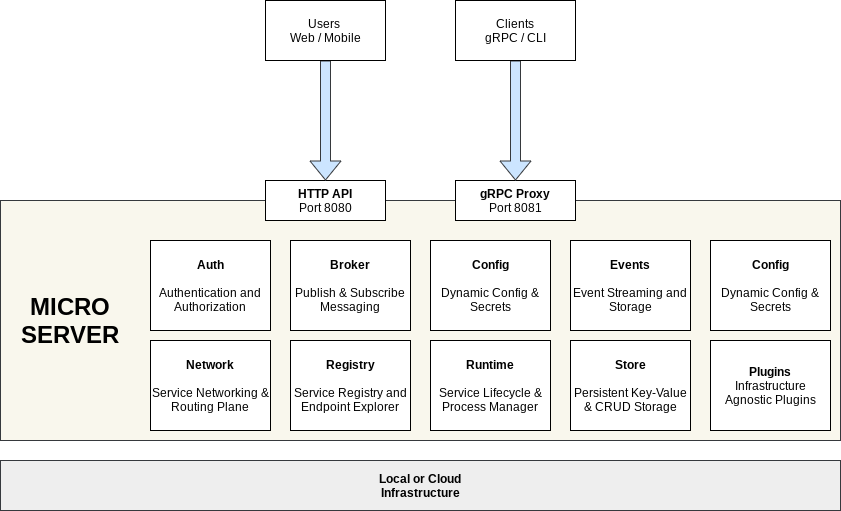
Before: docs/images/micro-3.0.png, a diagram exported from draw.io (micro/micro). Source tidied: cells renumbered, new cells last; positions are measured from the earlier drawing's top-left corner, leaving out a move shared by most shapes. The source it was exported from:
```xml
<mxGraphModel background="#ffffff">
  <root>
    <mxCell id="0" />
    <mxCell id="1" parent="0" />
    <mxCell id="2" style="rounded=0;whiteSpace=wrap;html=1;fillColor=#f9f7ed;strokeColor=#36393d;" parent="1" vertex="1">
      <mxGeometry y="200" width="840" height="240" as="geometry" />
    </mxCell>
    <mxCell id="3" value="&lt;b&gt;HTTP API&lt;/b&gt;&lt;br&gt;Port 8080" style="rounded=0;whiteSpace=wrap;html=1;" parent="1" vertex="1">
      <mxGeometry x="265" y="180" width="120" height="40" as="geometry" />
    </mxCell>
    <mxCell id="4" style="shape=flexArrow;endArrow=classic;html=1;entryX=0.5;entryY=0;entryDx=0;entryDy=0;exitX=0.5;exitY=1;exitDx=0;exitDy=0;fillColor=#cce5ff;strokeColor=#36393d;" parent="1" edge="1" source="8" target="3">
      <mxGeometry relative="1" as="geometry" />
    </mxCell>
    <mxCell id="5" value="&lt;b&gt;gRPC Proxy&lt;/b&gt;&lt;br&gt;Port 8081" style="rounded=0;whiteSpace=wrap;html=1;" parent="1" vertex="1">
      <mxGeometry x="455" y="180" width="120" height="40" as="geometry" />
    </mxCell>
    <mxCell id="6" style="shape=flexArrow;endArrow=classic;html=1;entryX=0.5;entryY=0;entryDx=0;entryDy=0;fillColor=#cce5ff;strokeColor=#36393d;" parent="1" edge="1" source="7" target="5">
      <mxGeometry relative="1" as="geometry" />
    </mxCell>
    <mxCell id="7" value="&lt;font style=&quot;font-size: 12px&quot;&gt;Clients&lt;br&gt;gRPC / CLI&lt;/font&gt;" style="rounded=0;whiteSpace=wrap;html=1;" parent="1" vertex="1">
      <mxGeometry x="455" width="120" height="60" as="geometry" />
    </mxCell>
    <mxCell id="8" value="Users&amp;nbsp;&lt;br&gt;Web / Mobile" style="rounded=0;whiteSpace=wrap;html=1;" parent="1" vertex="1">
      <mxGeometry x="265" width="120" height="60" as="geometry" />
    </mxCell>
    <mxCell id="9" value="&lt;b&gt;Auth&lt;/b&gt;&lt;br&gt;&lt;br&gt;Authentication and Authorization&lt;br&gt;" style="rounded=0;whiteSpace=wrap;html=1;" parent="1" vertex="1">
      <mxGeometry x="150" y="240" width="120" height="90" as="geometry" />
    </mxCell>
    <mxCell id="10" value="&lt;b&gt;Broker&lt;/b&gt;&lt;br&gt;&lt;br&gt;Publish &amp;amp; Subscribe Messaging" style="rounded=0;whiteSpace=wrap;html=1;" parent="1" vertex="1">
      <mxGeometry x="290" y="240" width="120" height="90" as="geometry" />
    </mxCell>
    <mxCell id="11" value="&lt;b&gt;Config&lt;/b&gt;&lt;br&gt;&lt;br&gt;Dynamic Config &amp;amp; Secrets" style="rounded=0;whiteSpace=wrap;html=1;" parent="1" vertex="1">
      <mxGeometry x="430" y="240" width="120" height="90" as="geometry" />
    </mxCell>
    <mxCell id="12" value="&lt;b&gt;Events&lt;/b&gt;&lt;br&gt;&lt;br&gt;Event Streaming and Storage" style="rounded=0;whiteSpace=wrap;html=1;" parent="1" vertex="1">
      <mxGeometry x="570" y="240" width="120" height="90" as="geometry" />
    </mxCell>
    <mxCell id="13" value="&lt;b&gt;Config&lt;/b&gt;&lt;br&gt;&lt;br&gt;Dynamic Config &amp;amp; Secrets" style="rounded=0;whiteSpace=wrap;html=1;" parent="1" vertex="1">
      <mxGeometry x="710" y="240" width="120" height="90" as="geometry" />
    </mxCell>
    <mxCell id="14" value="&lt;b&gt;Registry&lt;/b&gt;&lt;br&gt;&lt;br&gt;Service Registry and Endpoint Explorer" style="rounded=0;whiteSpace=wrap;html=1;" parent="1" vertex="1">
      <mxGeometry x="290" y="340" width="120" height="90" as="geometry" />
    </mxCell>
    <mxCell id="15" value="&lt;b&gt;Runtime&lt;/b&gt;&lt;br&gt;&lt;br&gt;Service Lifecycle &amp;amp; Process Manager" style="rounded=0;whiteSpace=wrap;html=1;" parent="1" vertex="1">
      <mxGeometry x="430" y="340" width="120" height="90" as="geometry" />
    </mxCell>
    <mxCell id="16" value="&lt;b&gt;Network&lt;br&gt;&lt;/b&gt;&lt;br&gt;Service Networking &amp;amp; Routing Plane" style="rounded=0;whiteSpace=wrap;html=1;" parent="1" vertex="1">
      <mxGeometry x="150" y="340" width="120" height="90" as="geometry" />
    </mxCell>
    <mxCell id="17" value="&lt;b&gt;Store&lt;/b&gt;&lt;br&gt;&lt;br&gt;Persistent Key-Value &amp;amp; CRUD Storage" style="rounded=0;whiteSpace=wrap;html=1;" parent="1" vertex="1">
      <mxGeometry x="570" y="340" width="120" height="90" as="geometry" />
    </mxCell>
    <mxCell id="18" value="&lt;b&gt;Local or Cloud&lt;br&gt;Infrastructure&lt;br&gt;&lt;/b&gt;" style="rounded=0;whiteSpace=wrap;html=1;fillColor=#eeeeee;strokeColor=#36393d;" parent="1" vertex="1">
      <mxGeometry y="460" width="840" height="50" as="geometry" />
    </mxCell>
    <mxCell id="19" value="&lt;b&gt;Plugins&lt;/b&gt;&lt;br&gt;Infrastructure Agnostic Plugins" style="rounded=0;whiteSpace=wrap;html=1;" parent="1" vertex="1">
      <mxGeometry x="710" y="340" width="120" height="90" as="geometry" />
    </mxCell>
    <mxCell id="20" value="&lt;b&gt;&lt;font style=&quot;font-size: 24px&quot;&gt;MICRO&lt;br&gt;SERVER&lt;br&gt;&lt;/font&gt;&lt;/b&gt;" style="text;html=1;strokeColor=none;fillColor=none;align=center;verticalAlign=middle;whiteSpace=wrap;rounded=0;direction=east;" parent="1" vertex="1">
      <mxGeometry x="50" y="310" width="40" height="20" as="geometry" />
    </mxCell>
  </root>
</mxGraphModel>
```
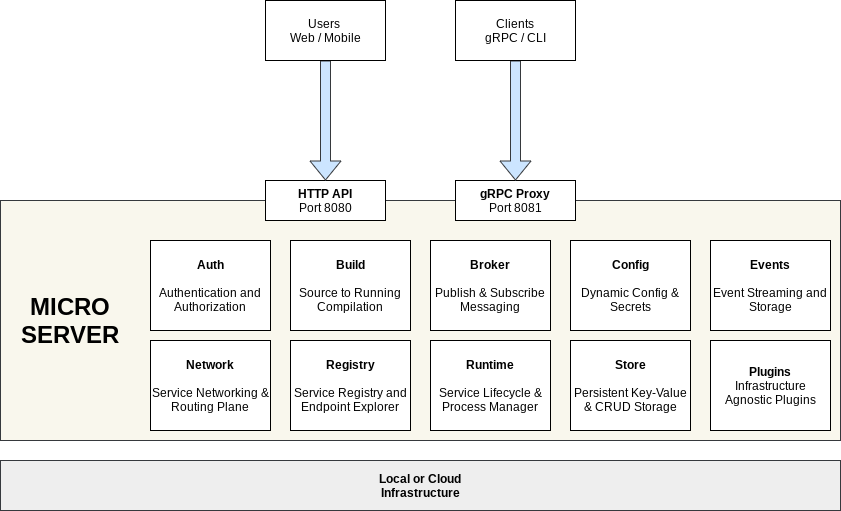
The same diagram one commit later.

The edit, as a diff of the source:
```diff
@@ -27,16 +27,16 @@
       <mxGeometry x="150" y="240" width="120" height="90" as="geometry" />
     </mxCell>
     <mxCell id="10" value="&lt;b&gt;Broker&lt;/b&gt;&lt;br&gt;&lt;br&gt;Publish &amp;amp; Subscribe Messaging" style="rounded=0;whiteSpace=wrap;html=1;" parent="1" vertex="1">
-      <mxGeometry x="290" y="240" width="120" height="90" as="geometry" />
+      <mxGeometry x="430" y="240" width="120" height="90" as="geometry" />
     </mxCell>
     <mxCell id="11" value="&lt;b&gt;Config&lt;/b&gt;&lt;br&gt;&lt;br&gt;Dynamic Config &amp;amp; Secrets" style="rounded=0;whiteSpace=wrap;html=1;" parent="1" vertex="1">
-      <mxGeometry x="430" y="240" width="120" height="90" as="geometry" />
+      <mxGeometry x="570" y="240" width="120" height="90" as="geometry" />
     </mxCell>
     <mxCell id="12" value="&lt;b&gt;Events&lt;/b&gt;&lt;br&gt;&lt;br&gt;Event Streaming and Storage" style="rounded=0;whiteSpace=wrap;html=1;" parent="1" vertex="1">
-      <mxGeometry x="570" y="240" width="120" height="90" as="geometry" />
+      <mxGeometry x="710" y="240" width="120" height="90" as="geometry" />
     </mxCell>
-    <mxCell id="13" value="&lt;b&gt;Config&lt;/b&gt;&lt;br&gt;&lt;br&gt;Dynamic Config &amp;amp; Secrets" style="rounded=0;whiteSpace=wrap;html=1;" parent="1" vertex="1">
-      <mxGeometry x="710" y="240" width="120" height="90" as="geometry" />
+    <mxCell id="13" value="&lt;b&gt;Build&lt;br&gt;&lt;/b&gt;&lt;br&gt;Source to Running&lt;br&gt;Compilation" style="rounded=0;whiteSpace=wrap;html=1;" parent="1" vertex="1">
+      <mxGeometry x="290" y="240" width="120" height="90" as="geometry" />
     </mxCell>
     <mxCell id="14" value="&lt;b&gt;Registry&lt;/b&gt;&lt;br&gt;&lt;br&gt;Service Registry and Endpoint Explorer" style="rounded=0;whiteSpace=wrap;html=1;" parent="1" vertex="1">
       <mxGeometry x="290" y="340" width="120" height="90" as="geometry" />
```
